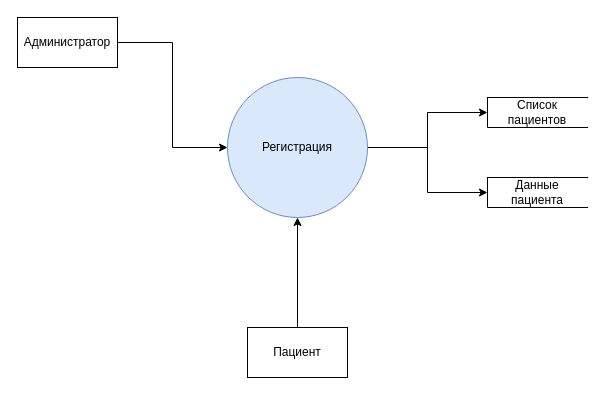
Above: Task1/Registration_DFD.drawio in bogdan-r/architecture-medikamente (draw.io), before the change. Source tidied: cells renumbered, new cells numbered last; positions are measured from the earlier drawing's top-left corner, leaving out a move shared by most shapes. Both pictures are drawn from the tidied source at 100%, with x=0, y=0 at pixel (17, 17).
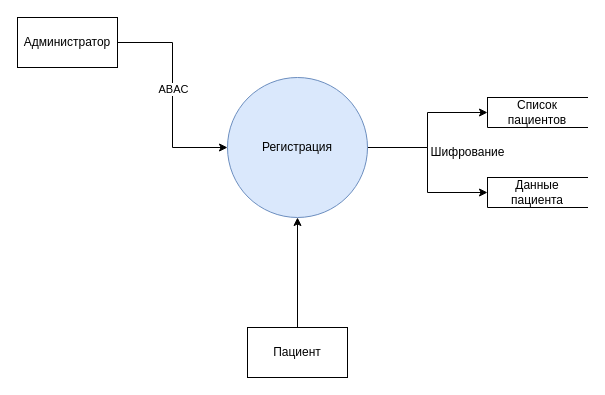
Above is the later version.

Change to the diagram source:
```diff
@@
 <mxGraphModel>
   <root>
     <mxCell id="0" />
     <mxCell id="1" parent="0" />
     <mxCell id="2" style="edgeStyle=orthogonalEdgeStyle;rounded=0;jettySize=auto;html=1;exitX=1;exitY=0.5;exitDx=0;exitDy=0;entryX=0;entryY=0.5;entryDx=0;entryDy=0;" parent="1" edge="1" source="4" target="5">
       <mxGeometry relative="1" as="geometry" />
     </mxCell>
     <mxCell id="3" style="edgeStyle=orthogonalEdgeStyle;rounded=0;jettySize=auto;html=1;exitX=1;exitY=0.5;exitDx=0;exitDy=0;entryX=0;entryY=0.5;entryDx=0;entryDy=0;" parent="1" edge="1" source="4" target="6">
       <mxGeometry relative="1" as="geometry" />
     </mxCell>
     <mxCell id="4" value="Регистрация" style="shape=ellipse;html=1;dashed=0;whiteSpace=wrap;perimeter=ellipsePerimeter;fillColor=#dae8fc;strokeColor=#6c8ebf;" parent="1" vertex="1">
       <mxGeometry x="210" y="60" width="140" height="140" as="geometry" />
     </mxCell>
     <mxCell id="5" value="Список пациентов" style="html=1;dashed=0;whiteSpace=wrap;shape=partialRectangle;right=0;" parent="1" vertex="1">
       <mxGeometry x="470" y="80" width="100" height="30" as="geometry" />
     </mxCell>
     <mxCell id="6" value="Данные пациента" style="html=1;dashed=0;whiteSpace=wrap;shape=partialRectangle;right=0;" parent="1" vertex="1">
       <mxGeometry x="470" y="160" width="100" height="30" as="geometry" />
     </mxCell>
     <mxCell id="7" style="edgeStyle=orthogonalEdgeStyle;rounded=0;jettySize=auto;html=1;exitX=1;exitY=0.5;exitDx=0;exitDy=0;entryX=0;entryY=0.5;entryDx=0;entryDy=0;" parent="1" edge="1" source="8" target="4">
       <mxGeometry relative="1" as="geometry" />
     </mxCell>
+    <mxCell id="11" value="ABAC" style="edgeLabel;html=1;align=center;verticalAlign=middle;" parent="7" vertex="1">
+      <mxGeometry x="-0.06" relative="1" as="geometry" />
+    </mxCell>
     <mxCell id="8" value="&lt;div&gt;Администратор&lt;/div&gt;" style="html=1;dashed=0;whiteSpace=wrap;" parent="1" vertex="1">
       <mxGeometry width="100" height="50" as="geometry" />
     </mxCell>
     <mxCell id="9" style="edgeStyle=orthogonalEdgeStyle;rounded=0;jettySize=auto;html=1;exitX=0.5;exitY=0;exitDx=0;exitDy=0;entryX=0.5;entryY=1;entryDx=0;entryDy=0;" parent="1" edge="1" source="10" target="4">
       <mxGeometry relative="1" as="geometry" />
     </mxCell>
     <mxCell id="10" value="Пациент" style="html=1;dashed=0;whiteSpace=wrap;" parent="1" vertex="1">
       <mxGeometry x="230" y="310" width="100" height="50" as="geometry" />
     </mxCell>
+    <mxCell id="12" value="Шифрование" style="text;html=1;align=center;verticalAlign=middle;strokeColor=none;fillColor=none;" parent="1" vertex="1">
+      <mxGeometry x="400" y="120" width="100" height="30" as="geometry" />
+    </mxCell>
   </root>
 </mxGraphModel>
```
